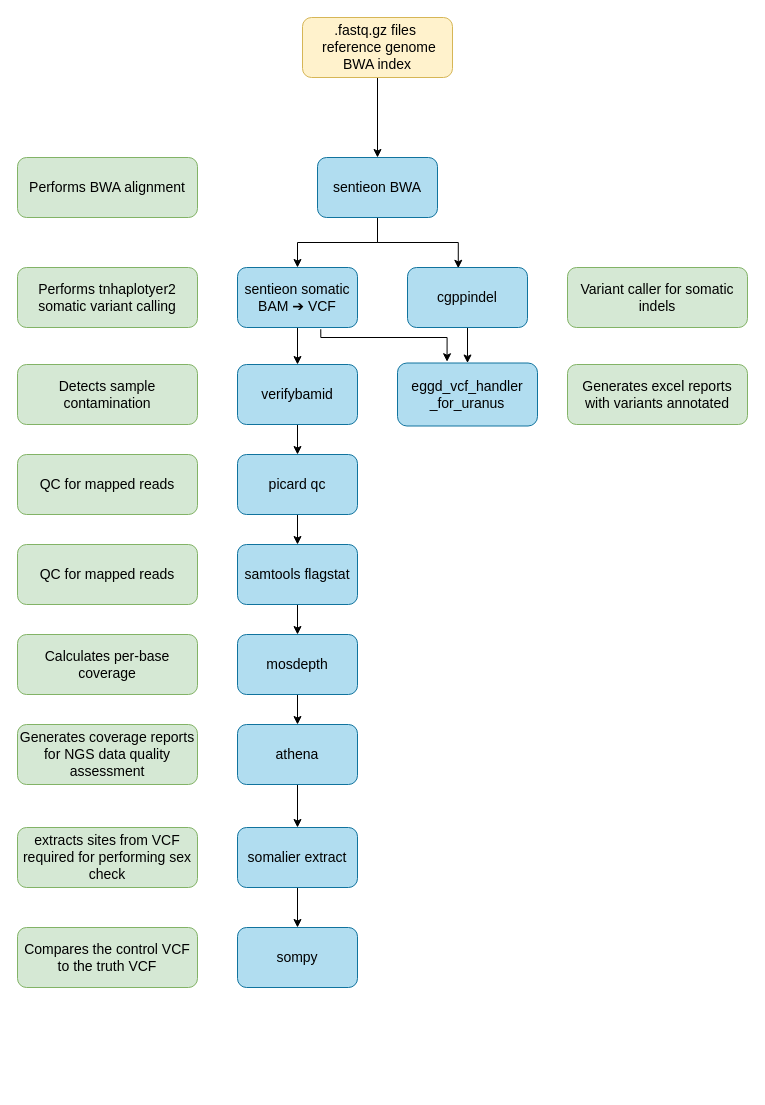
eastgenomics/eggd_uranus_main_workflow keeps this draw.io diagram as images/workflow.drawio. Above is the earlier version. Source tidied: cells renumbered, new cells numbered last; positions are measured from the earlier drawing's top-left corner, leaving out a move shared by most shapes. Both pictures are drawn from the tidied source at 100%, with x=0, y=0 at pixel (17, 17).
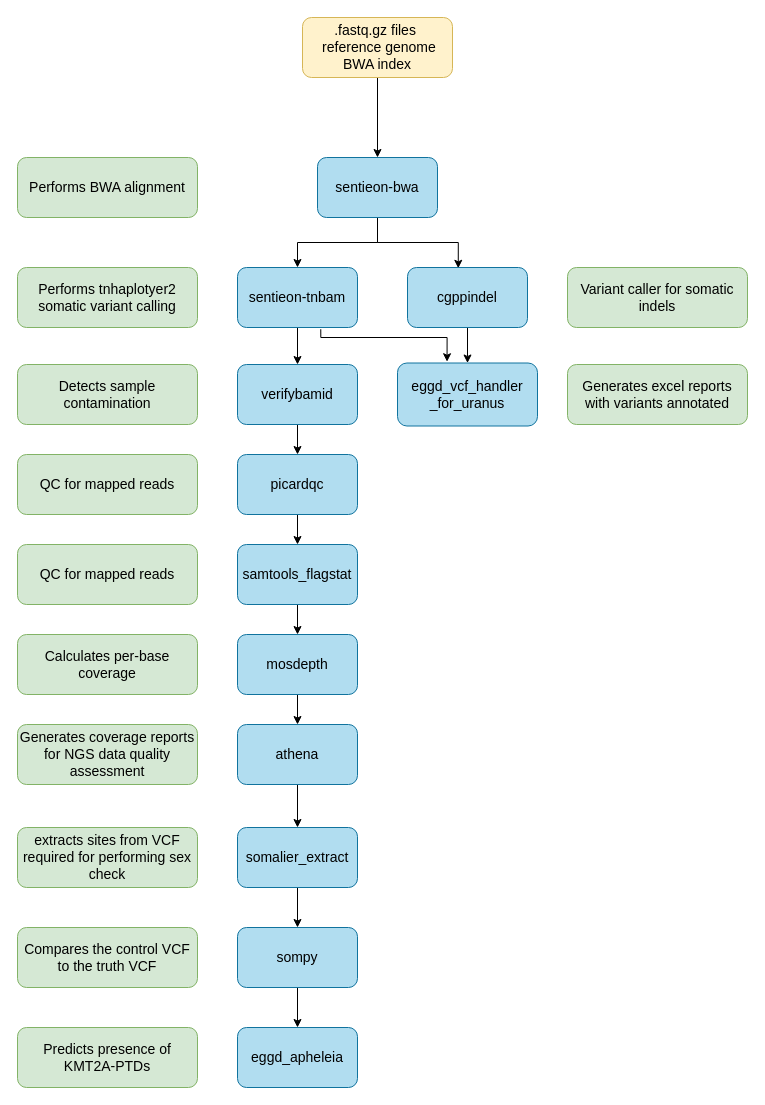
The same diagram, later.

Unchanged cells that the change refers to:
```xml
<mxCell id="35" value="&lt;font color=&quot;#000000&quot; style=&quot;font-size: 14px&quot;&gt;sompy&lt;/font&gt;" style="rounded=1;whiteSpace=wrap;html=1;fillColor=#b1ddf0;strokeColor=#10739e;fontSize=14;" parent="1" vertex="1">
  <mxGeometry x="220" y="910" width="120" height="60" as="geometry" />
</mxCell>
```

Change to the diagram source:
```diff
@@
-    <mxCell id="4" value="&lt;font color=&quot;#000000&quot; style=&quot;font-size: 14px;&quot;&gt;sentieon BWA&lt;/font&gt;" style="rounded=1;whiteSpace=wrap;html=1;fillColor=#b1ddf0;strokeColor=#10739e;fontSize=14;" parent="1" vertex="1">
+    <mxCell id="4" value="&lt;font color=&quot;#000000&quot; style=&quot;font-size: 14px;&quot;&gt;sentieon-bwa&lt;/font&gt;" style="rounded=1;whiteSpace=wrap;html=1;fillColor=#b1ddf0;strokeColor=#10739e;fontSize=14;" parent="1" vertex="1">
       <mxGeometry x="300" y="140" width="120" height="60" as="geometry" />
     </mxCell>
@@
-    <mxCell id="6" value="&lt;font color=&quot;#000000&quot; style=&quot;font-size: 14px;&quot;&gt;picard qc&lt;/font&gt;" style="rounded=1;whiteSpace=wrap;html=1;fillColor=#b1ddf0;strokeColor=#10739e;fontSize=14;" parent="1" vertex="1">
+    <mxCell id="6" value="&lt;font color=&quot;#000000&quot; style=&quot;font-size: 14px;&quot;&gt;picardqc&lt;/font&gt;" style="rounded=1;whiteSpace=wrap;html=1;fillColor=#b1ddf0;strokeColor=#10739e;fontSize=14;" parent="1" vertex="1">
       <mxGeometry x="220" y="437" width="120" height="60" as="geometry" />
     </mxCell>
@@
-    <mxCell id="11" value="&lt;font color=&quot;#000000&quot;&gt;sentieon somatic BAM ➔&amp;nbsp;VCF&lt;/font&gt;" style="rounded=1;whiteSpace=wrap;html=1;fillColor=#b1ddf0;strokeColor=#10739e;fontSize=14;" parent="1" vertex="1">
+    <mxCell id="11" value="&lt;font color=&quot;#000000&quot;&gt;sentieon-tnbam&lt;/font&gt;" style="rounded=1;whiteSpace=wrap;html=1;fillColor=#b1ddf0;strokeColor=#10739e;fontSize=14;" parent="1" vertex="1">
       <mxGeometry x="220" y="250" width="120" height="60" as="geometry" />
     </mxCell>
@@
-    <mxCell id="15" value="&lt;font color=&quot;#000000&quot; style=&quot;font-size: 14px;&quot;&gt;samtools flagstat&lt;/font&gt;" style="rounded=1;whiteSpace=wrap;html=1;fillColor=#b1ddf0;strokeColor=#10739e;fontSize=14;" parent="1" vertex="1">
+    <mxCell id="15" value="&lt;font color=&quot;#000000&quot; style=&quot;font-size: 14px;&quot;&gt;samtools_flagstat&lt;/font&gt;" style="rounded=1;whiteSpace=wrap;html=1;fillColor=#b1ddf0;strokeColor=#10739e;fontSize=14;" parent="1" vertex="1">
       <mxGeometry x="220" y="527" width="120" height="60" as="geometry" />
     </mxCell>
@@
-    <mxCell id="33" value="&lt;font color=&quot;#000000&quot; style=&quot;font-size: 14px&quot;&gt;somalier extract&lt;/font&gt;" style="rounded=1;whiteSpace=wrap;html=1;fillColor=#b1ddf0;strokeColor=#10739e;fontSize=14;" parent="1" vertex="1">
+    <mxCell id="33" value="&lt;font color=&quot;#000000&quot; style=&quot;font-size: 14px&quot;&gt;somalier_extract&lt;/font&gt;" style="rounded=1;whiteSpace=wrap;html=1;fillColor=#b1ddf0;strokeColor=#10739e;fontSize=14;" parent="1" vertex="1">
       <mxGeometry x="220" y="810" width="120" height="60" as="geometry" />
     </mxCell>
@@
+    <mxCell id="37" style="edgeStyle=orthogonalEdgeStyle;rounded=0;jettySize=auto;html=1;exitX=0.5;exitY=1;exitDx=0;exitDy=0;" parent="1" edge="1" source="35" target="38">
+      <mxGeometry relative="1" as="geometry" />
+    </mxCell>
@@
+    <mxCell id="38" value="&lt;font color=&quot;#000000&quot; style=&quot;font-size: 14px&quot;&gt;eggd_apheleia&lt;/font&gt;" style="rounded=1;whiteSpace=wrap;html=1;fillColor=#b1ddf0;strokeColor=#10739e;fontSize=14;" parent="1" vertex="1">
+      <mxGeometry x="220" y="1010" width="120" height="60" as="geometry" />
+    </mxCell>
+    <mxCell id="39" value="Predicts presence of KMT2A-PTDs" style="rounded=1;whiteSpace=wrap;html=1;fillColor=#d5e8d4;strokeColor=#82b366;fontSize=14;" parent="1" vertex="1">
+      <mxGeometry y="1010" width="180" height="60" as="geometry" />
+    </mxCell>
```
